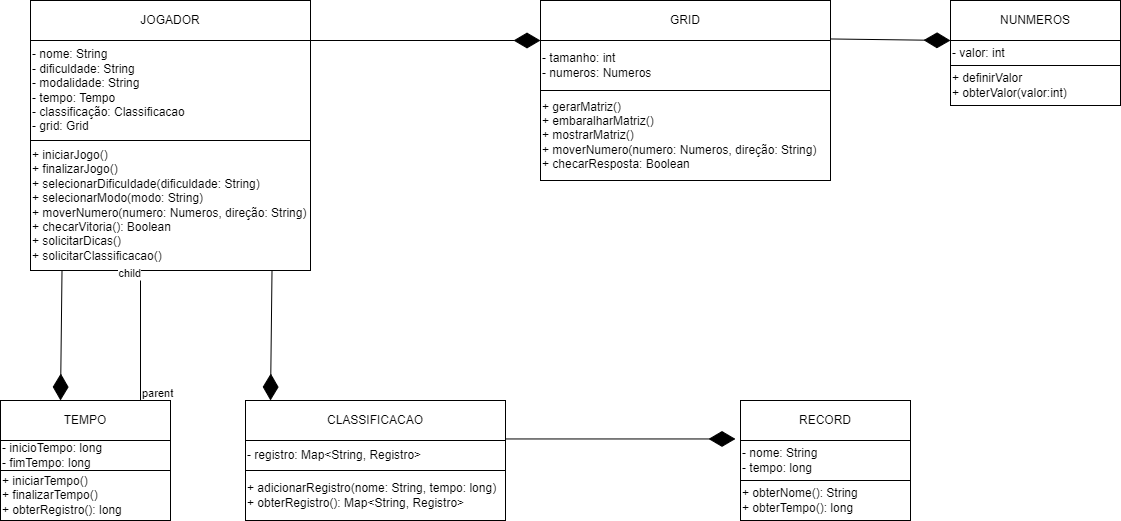
Above: Mini Projeto 3/Diagrama de Classes.png in Beatriz-ge/OO (draw.io), before the change. Source tidied: cells renumbered, new cells last; positions are measured from the earlier drawing's top-left corner, leaving out a move shared by most shapes.
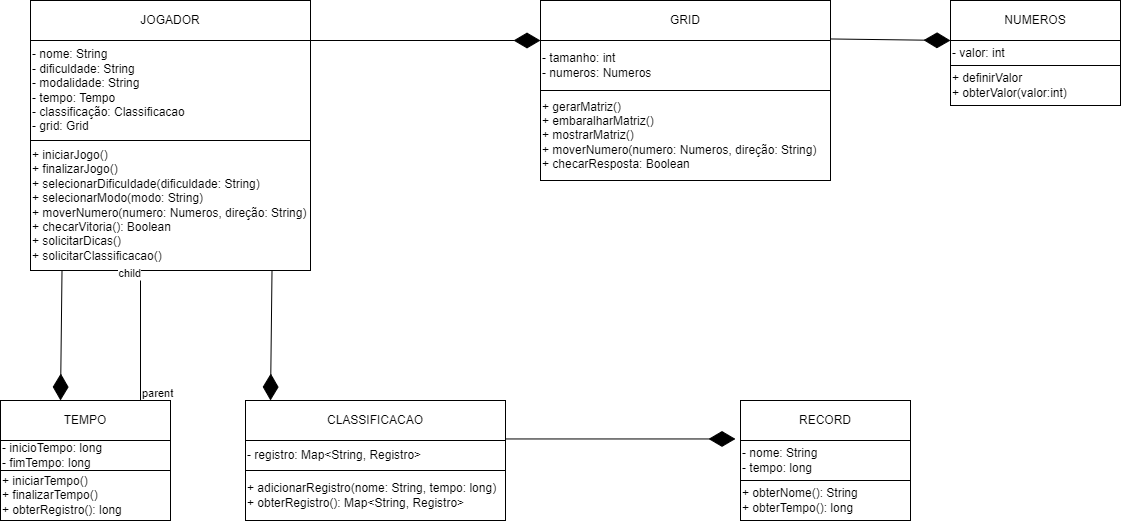
Later version of the same file.

Change to the diagram source:
```diff
@@ -47,7 +47,7 @@
     <mxCell id="16" value="+ iniciarTempo()&lt;br&gt;+ finalizarTempo()&lt;br&gt;+ obterRegistro(): long" style="rounded=0;whiteSpace=wrap;html=1;align=left;" parent="1" vertex="1">
       <mxGeometry y="470" width="170" height="50" as="geometry" />
     </mxCell>
-    <mxCell id="17" value="NUNMEROS" style="rounded=0;whiteSpace=wrap;html=1;" parent="1" vertex="1">
+    <mxCell id="17" value="NUMEROS" style="rounded=0;whiteSpace=wrap;html=1;" parent="1" vertex="1">
       <mxGeometry x="950" width="170" height="40" as="geometry" />
     </mxCell>
     <mxCell id="18" value="- valor: int" style="rounded=0;whiteSpace=wrap;html=1;align=left;" parent="1" vertex="1">
```
